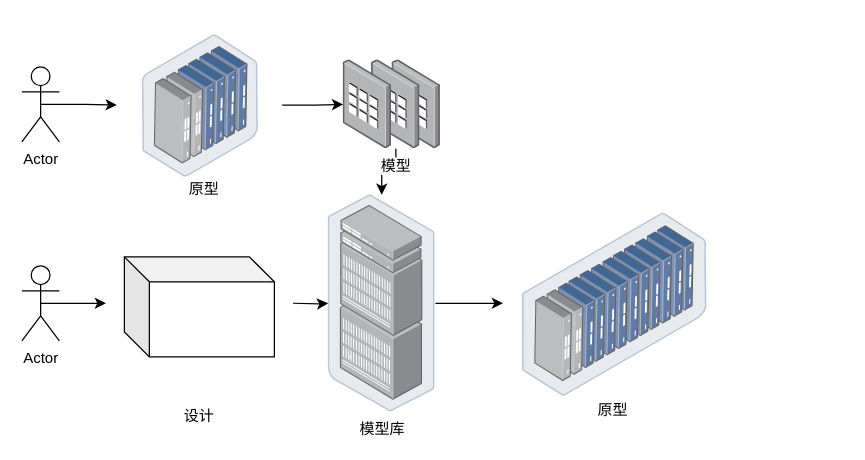
Earlier version of the draw.io diagram 底层抽象原理.drawio (mingtian110/pc_home). Source tidied: cells renumbered, new cells numbered last; positions are measured from the earlier drawing's top-left corner, leaving out a move shared by most shapes. Both pictures are drawn from the tidied source at 125%, with x=0, y=0 at pixel (21, 32).
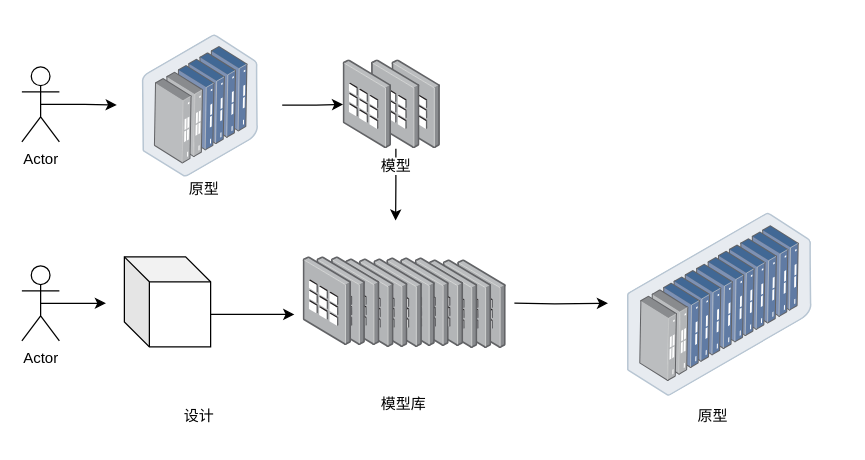
The same page after the edit.

Commit message:
Update 底层抽象原理.drawio

The change refers to these unchanged cells:
```xml
<mxCell id="15" value="模型" style="points=[];html=1;align=center;shadow=0;dashed=0;image;image=img/lib/allied_telesis/computer_and_terminals/Keypad.svg;" parent="1" vertex="1">
  <mxGeometry x="279.7" y="21.5" width="39" height="71" as="geometry" />
</mxCell>
```

The edit, as a diff of the source:
```diff
@@
-    <mxCell id="5" style="edgeStyle=orthogonalEdgeStyle;rounded=0;jettySize=auto;html=1;" parent="1" edge="1" source="6" target="7">
-      <mxGeometry relative="1" as="geometry" />
+    <mxCell id="5" style="edgeStyle=orthogonalEdgeStyle;rounded=0;jettySize=auto;html=1;" parent="1" edge="1" target="7">
+      <mxGeometry relative="1" as="geometry">
+        <mxPoint x="394" y="216" as="sourcePoint" />
+      </mxGeometry>
     </mxCell>
-    <mxCell id="6" value="模型库" style="points=[];html=1;align=center;shadow=0;dashed=0;image;image=img/lib/allied_telesis/storage/Datacenter_Server_Rack_EoR.svg;" parent="1" vertex="1">
-      <mxGeometry x="245" y="129.4" width="85.8" height="173.4" as="geometry" />
-    </mxCell>
     <mxCell id="7" style="points=[];html=1;align=center;shadow=0;dashed=0;image;image=img/lib/allied_telesis/storage/Datacenter_Server_Rack_ToR.svg;rotation=-120;" parent="1" vertex="1">
-      <mxGeometry x="429" y="126.7" width="88.2" height="178.8" as="geometry" />
+      <mxGeometry x="513" y="126.7" width="88.2" height="178.8" as="geometry" />
     </mxCell>
@@
-    <mxCell id="10" style="edgeStyle=orthogonalEdgeStyle;rounded=0;jettySize=auto;html=1;" parent="1" edge="1" target="6">
-      <mxGeometry relative="1" as="geometry">
-        <mxPoint x="216.9" y="216.1" as="sourcePoint" />
-      </mxGeometry>
-    </mxCell>
@@
-    <mxCell id="14" style="edgeStyle=orthogonalEdgeStyle;rounded=0;jettySize=auto;html=1;" parent="1" edge="1" source="15" target="6">
-      <mxGeometry relative="1" as="geometry" />
+    <mxCell id="14" style="edgeStyle=orthogonalEdgeStyle;rounded=0;jettySize=auto;html=1;" parent="1" edge="1" source="15">
+      <mxGeometry relative="1" as="geometry">
+        <mxPoint x="299" y="150" as="targetPoint" />
+      </mxGeometry>
     </mxCell>
@@
     <mxCell id="18" value="原型" style="text;html=1;strokeColor=none;fillColor=none;align=center;verticalAlign=middle;whiteSpace=wrap;rounded=0;" parent="1" vertex="1">
-      <mxGeometry x="453" y="292" width="40" height="20" as="geometry" />
+      <mxGeometry x="533" y="297" width="40" height="20" as="geometry" />
     </mxCell>
+    <mxCell id="20" style="edgeStyle=orthogonalEdgeStyle;rounded=0;jettySize=auto;html=1;exitX=0;exitY=0;exitDx=69;exitDy=46;exitPerimeter=0;" parent="1" edge="1" source="19">
+      <mxGeometry relative="1" as="geometry">
+        <mxPoint x="218" y="225" as="targetPoint" />
+      </mxGeometry>
+    </mxCell>
     <mxCell id="19" style="shape=cube;whiteSpace=wrap;html=1;boundedLbl=1;backgroundOutline=1;darkOpacity=0.05;darkOpacity2=0.1;" parent="1" vertex="1">
-      <mxGeometry x="82" y="179" width="120" height="80" as="geometry" />
+      <mxGeometry x="82" y="179" width="69" height="72" as="geometry" />
     </mxCell>
+    <mxCell id="21" style="html=1;align=center;shadow=0;dashed=0;image;image=img/lib/allied_telesis/computer_and_terminals/Keypad.svg;" parent="1" vertex="1">
+      <mxGeometry x="348.7" y="181.4" width="39" height="71" as="geometry" />
+    </mxCell>
+    <mxCell id="22" style="html=1;align=center;shadow=0;dashed=0;image;image=img/lib/allied_telesis/computer_and_terminals/Keypad.svg;" parent="1" vertex="1">
+      <mxGeometry x="337.1" y="181.4" width="39" height="71" as="geometry" />
+    </mxCell>
+    <mxCell id="23" style="html=1;align=center;shadow=0;dashed=0;image;image=img/lib/allied_telesis/computer_and_terminals/Keypad.svg;" parent="1" vertex="1">
+      <mxGeometry x="326" y="181.4" width="39" height="71" as="geometry" />
+    </mxCell>
+    <mxCell id="24" style="html=1;align=center;shadow=0;dashed=0;image;image=img/lib/allied_telesis/computer_and_terminals/Keypad.svg;" parent="1" vertex="1">
+      <mxGeometry x="314.7" y="179.8" width="39" height="71" as="geometry" />
+    </mxCell>
+    <mxCell id="25" style="html=1;align=center;shadow=0;dashed=0;image;image=img/lib/allied_telesis/computer_and_terminals/Keypad.svg;" parent="1" vertex="1">
+      <mxGeometry x="303.1" y="179.8" width="39" height="71" as="geometry" />
+    </mxCell>
+    <mxCell id="26" style="html=1;align=center;shadow=0;dashed=0;image;image=img/lib/allied_telesis/computer_and_terminals/Keypad.svg;" parent="1" vertex="1">
+      <mxGeometry x="292" y="179.8" width="39" height="71" as="geometry" />
+    </mxCell>
+    <mxCell id="27" style="html=1;align=center;shadow=0;dashed=0;image;image=img/lib/allied_telesis/computer_and_terminals/Keypad.svg;" parent="1" vertex="1">
+      <mxGeometry x="281.7" y="180.6" width="39" height="71" as="geometry" />
+    </mxCell>
+    <mxCell id="28" style="html=1;align=center;shadow=0;dashed=0;image;image=img/lib/allied_telesis/computer_and_terminals/Keypad.svg;" parent="1" vertex="1">
+      <mxGeometry x="270.1" y="180.6" width="39" height="71" as="geometry" />
+    </mxCell>
+    <mxCell id="29" style="html=1;align=center;shadow=0;dashed=0;image;image=img/lib/allied_telesis/computer_and_terminals/Keypad.svg;" parent="1" vertex="1">
+      <mxGeometry x="259" y="180.6" width="39" height="71" as="geometry" />
+    </mxCell>
+    <mxCell id="30" style="html=1;align=center;shadow=0;dashed=0;image;image=img/lib/allied_telesis/computer_and_terminals/Keypad.svg;" parent="1" vertex="1">
+      <mxGeometry x="247.7" y="179" width="39" height="71" as="geometry" />
+    </mxCell>
+    <mxCell id="31" style="html=1;align=center;shadow=0;dashed=0;image;image=img/lib/allied_telesis/computer_and_terminals/Keypad.svg;" parent="1" vertex="1">
+      <mxGeometry x="236.1" y="179" width="39" height="71" as="geometry" />
+    </mxCell>
+    <mxCell id="32" style="html=1;align=center;shadow=0;dashed=0;image;image=img/lib/allied_telesis/computer_and_terminals/Keypad.svg;" parent="1" vertex="1">
+      <mxGeometry x="225" y="179" width="39" height="71" as="geometry" />
+    </mxCell>
+    <mxCell id="6" value="模型库" style="text;html=1;align=center;verticalAlign=middle;points=[];" parent="1" vertex="1">
+      <mxGeometry x="281.7" y="287.5" width="46" height="18" as="geometry" />
+    </mxCell>
```
